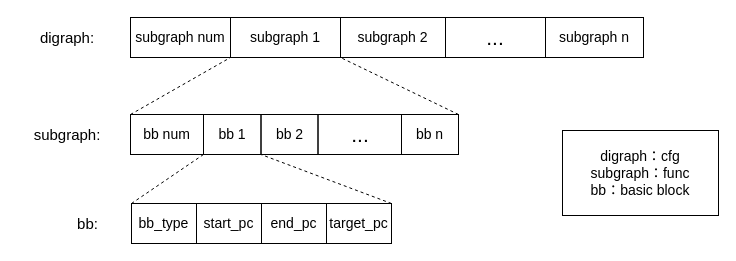
Above: cfg 二进制布局设计.drawio in liyp1120/draw.io (draw.io), before the change. Source tidied: cells renumbered, new cells numbered last; positions are measured from the earlier drawing's top-left corner, leaving out a move shared by most shapes. Both pictures are drawn from the tidied source at 100%, with x=0, y=0 at pixel (17, 17).
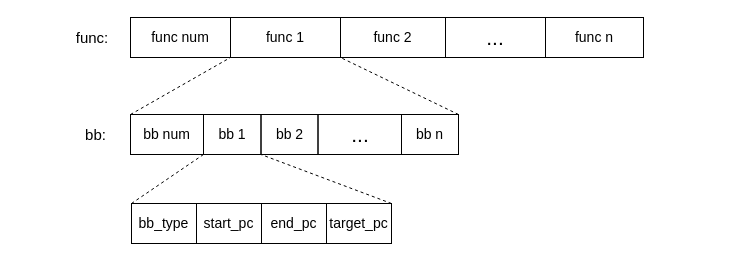
After the change.

Commit message:
更新cfg 二进制布局设计.drawio

Diff of the diagram source:
```diff
@@
-    <mxCell id="3" value="&lt;font style=&quot;font-size: 14px;&quot;&gt;subgraph num&lt;/font&gt;" style="rounded=0;whiteSpace=wrap;html=1;fillColor=none;labelBackgroundColor=none;labelBorderColor=none;" parent="1" vertex="1">
+    <mxCell id="3" value="&lt;font style=&quot;font-size: 14px;&quot;&gt;func num&lt;/font&gt;" style="rounded=0;whiteSpace=wrap;html=1;fillColor=none;labelBackgroundColor=none;labelBorderColor=none;" parent="1" vertex="1">
       <mxGeometry x="113" width="100" height="40" as="geometry" />
     </mxCell>
-    <mxCell id="4" value="&lt;font style=&quot;font-size: 15px;&quot;&gt;digraph:&lt;/font&gt;" style="rounded=0;whiteSpace=wrap;html=1;fillColor=none;strokeColor=none;" parent="1" vertex="1">
-      <mxGeometry width="100" height="40" as="geometry" />
+    <mxCell id="4" value="&lt;font style=&quot;font-size: 15px;&quot;&gt;func:&lt;/font&gt;" style="rounded=0;whiteSpace=wrap;html=1;fillColor=none;strokeColor=none;" parent="1" vertex="1">
+      <mxGeometry x="50" width="50" height="40" as="geometry" />
     </mxCell>
@@
-    <mxCell id="7" value="&lt;font style=&quot;font-size: 14px;&quot;&gt;subgraph 1&lt;/font&gt;" style="rounded=0;whiteSpace=wrap;html=1;fillColor=default;labelBorderColor=none;" parent="1" vertex="1">
+    <mxCell id="7" value="&lt;font style=&quot;font-size: 14px;&quot;&gt;func 1&lt;/font&gt;" style="rounded=0;whiteSpace=wrap;html=1;fillColor=default;labelBorderColor=none;" parent="1" vertex="1">
       <mxGeometry x="213" width="110" height="40" as="geometry" />
     </mxCell>
-    <mxCell id="8" value="&lt;font style=&quot;font-size: 14px;&quot;&gt;subgraph 2&lt;/font&gt;" style="rounded=0;whiteSpace=wrap;html=1;fillColor=none;" parent="1" vertex="1">
+    <mxCell id="8" value="&lt;font style=&quot;font-size: 14px;&quot;&gt;func 2&lt;/font&gt;" style="rounded=0;whiteSpace=wrap;html=1;fillColor=none;" parent="1" vertex="1">
       <mxGeometry x="323" width="105" height="40" as="geometry" />
     </mxCell>
-    <mxCell id="9" value="&lt;font style=&quot;font-size: 14px;&quot;&gt;subgraph n&lt;/font&gt;" style="rounded=0;whiteSpace=wrap;html=1;fillColor=none;" parent="1" vertex="1">
+    <mxCell id="9" value="&lt;font style=&quot;font-size: 14px;&quot;&gt;func n&lt;/font&gt;" style="rounded=0;whiteSpace=wrap;html=1;fillColor=none;" parent="1" vertex="1">
       <mxGeometry x="528" width="98" height="40" as="geometry" />
     </mxCell>
@@
-    <mxCell id="12" value="&lt;font style=&quot;font-size: 15px;&quot;&gt;subgraph:&lt;/font&gt;" style="rounded=0;whiteSpace=wrap;html=1;fillColor=none;strokeColor=none;" parent="1" vertex="1">
-      <mxGeometry y="97" width="100" height="40" as="geometry" />
+    <mxCell id="12" value="&lt;font style=&quot;font-size: 15px;&quot;&gt;bb:&lt;/font&gt;" style="rounded=0;whiteSpace=wrap;html=1;fillColor=none;strokeColor=none;" parent="1" vertex="1">
+      <mxGeometry x="57" y="97" width="43" height="40" as="geometry" />
     </mxCell>
@@
-    <mxCell id="14" value="&lt;font style=&quot;font-size: 14px;&quot;&gt;digraph：cfg&lt;br&gt;subgraph：func&lt;br&gt;bb：basic block&lt;br&gt;&lt;/font&gt;" style="rounded=0;whiteSpace=wrap;html=1;fillColor=none;align=center;" parent="1" vertex="1">
-      <mxGeometry x="545" y="113" width="156" height="85" as="geometry" />
-    </mxCell>
@@
-    <mxCell id="19" value="&lt;font style=&quot;font-size: 15px;&quot;&gt;bb:&lt;/font&gt;" style="rounded=0;whiteSpace=wrap;html=1;fillColor=none;strokeColor=none;" parent="1" vertex="1">
-      <mxGeometry x="55" y="186" width="31" height="40" as="geometry" />
-    </mxCell>
```
